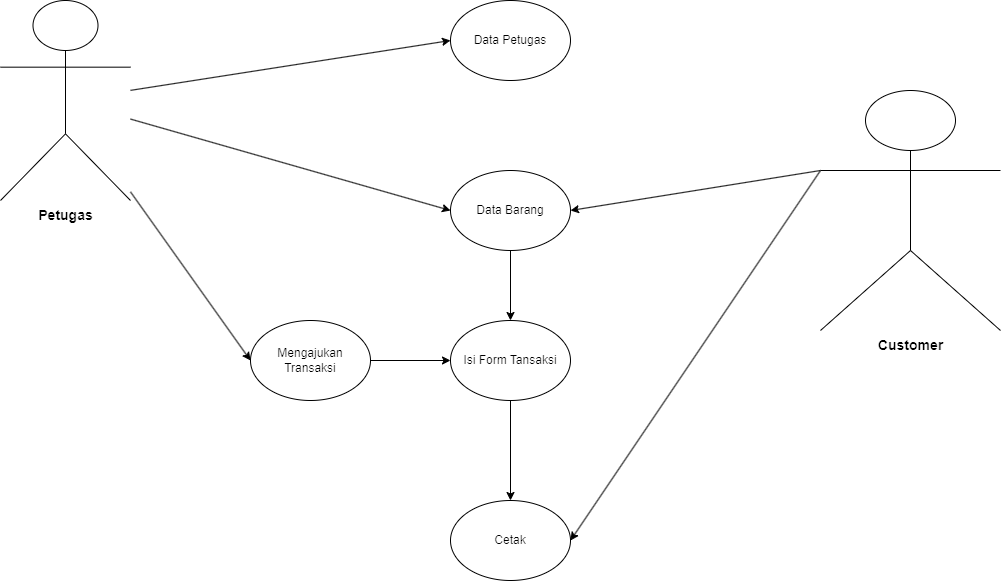
Above: UseCaseDiagram.drawio.png in MountZ1/PR_PenjualanHandPhone_ArdiSaputraTIP-21.2 (draw.io), before the change. Source tidied: cells renumbered, new cells last; positions are measured from the earlier drawing's top-left corner, leaving out a move shared by most shapes.
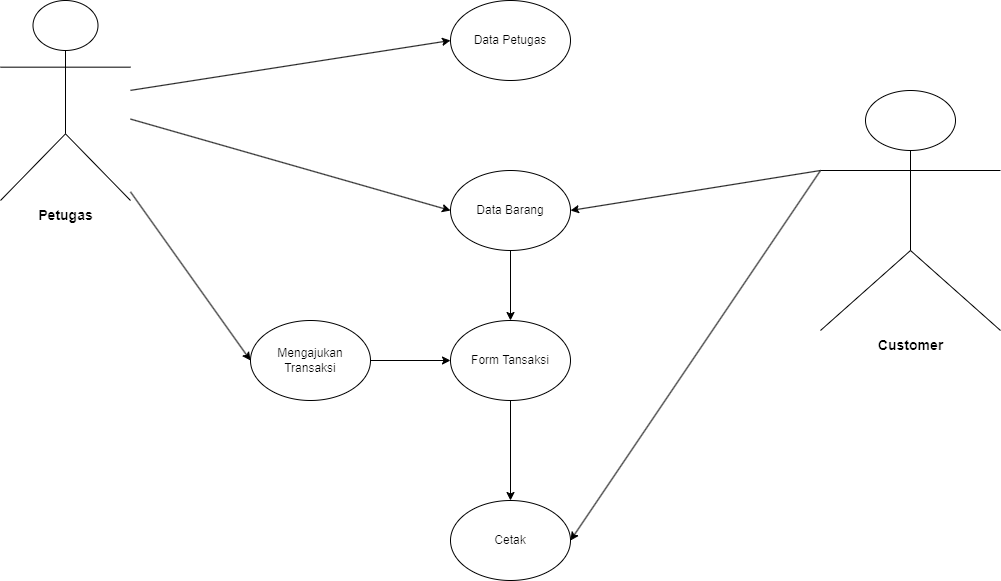
Above is the later version.

What changed in the source:
```diff
@@ -32,7 +32,7 @@
     <mxCell id="11" style="edgeStyle=none;rounded=0;jettySize=auto;html=1;entryX=0.5;entryY=0;entryDx=0;entryDy=0;" parent="1" edge="1" source="12" target="13">
       <mxGeometry relative="1" as="geometry" />
     </mxCell>
-    <mxCell id="12" value="Isi Form Tansaksi" style="ellipse;whiteSpace=wrap;html=1;" parent="1" vertex="1">
+    <mxCell id="12" value="Form Tansaksi" style="ellipse;whiteSpace=wrap;html=1;" parent="1" vertex="1">
       <mxGeometry x="450" y="320" width="120" height="80" as="geometry" />
     </mxCell>
     <mxCell id="13" value="Cetak" style="ellipse;whiteSpace=wrap;html=1;" parent="1" vertex="1">
```
